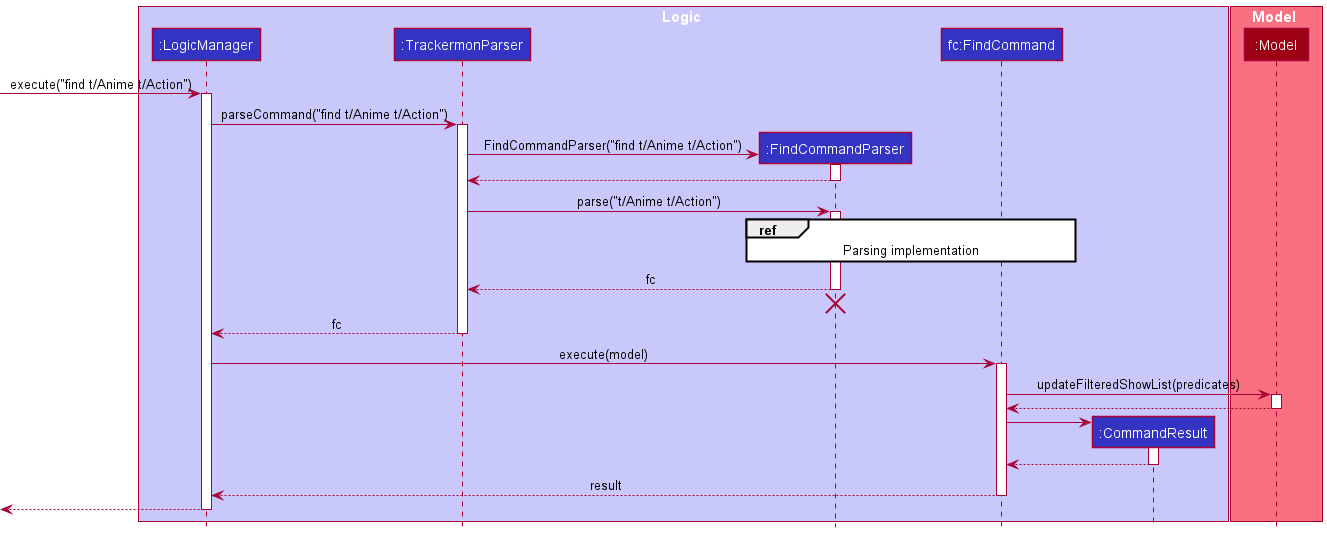
The PlantUML diagram docs/images/FindSequenceDiagram.png in nus-cs2103-AY2122S2/tp, before a commit.
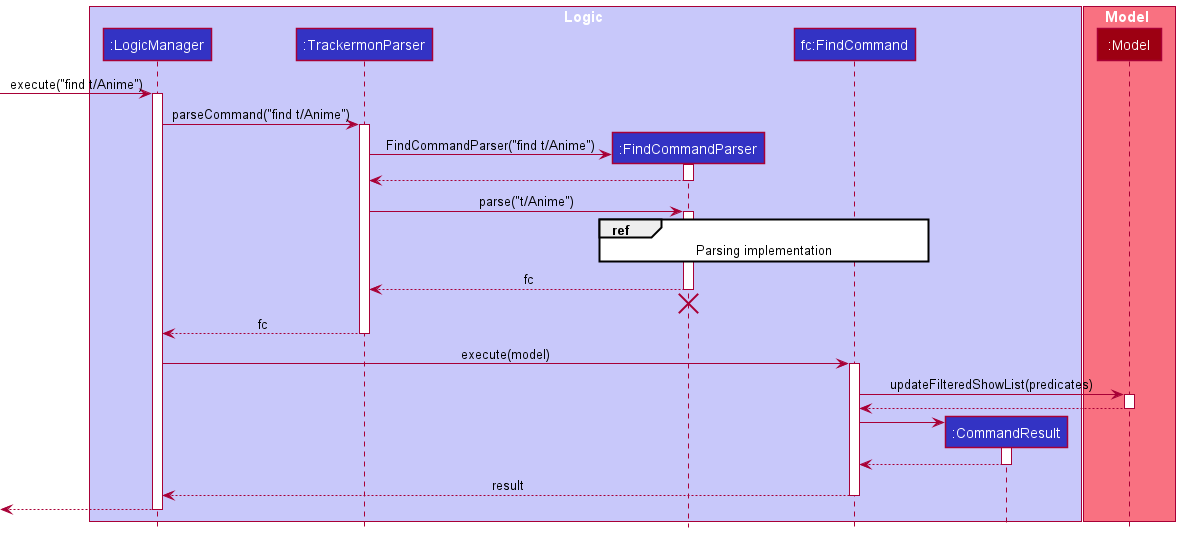
After the change.

The edit, as a diff of the source:
```diff
@@ -13,20 +13,20 @@
 participant ":Model" as Model MODEL_COLOR
 end box
 
-[-> LogicManager : execute("find t/Anime t/Action")
+[-> LogicManager : execute("find t/Anime")
 activate LogicManager
 
-LogicManager -> TrackermonParser : parseCommand("find t/Anime t/Action")
+LogicManager -> TrackermonParser : parseCommand("find t/Anime")
 activate TrackermonParser
 
 create FindCommandParser
-TrackermonParser -> FindCommandParser :FindCommandParser("find t/Anime t/Action")
+TrackermonParser -> FindCommandParser :FindCommandParser("find t/Anime")
 activate FindCommandParser
 
 FindCommandParser --> TrackermonParser
 deactivate FindCommandParser
 
-TrackermonParser -> FindCommandParser :parse("t/Anime t/Action")
+TrackermonParser -> FindCommandParser :parse("t/Anime")
 activate FindCommandParser
 
 ref over FindCommandParser, FindCommand : Parsing implementation
```
